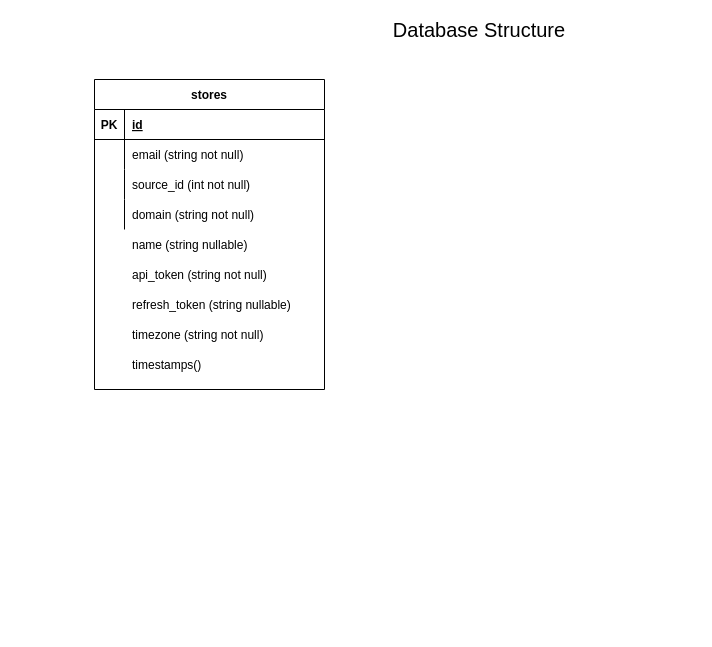
This is RechargeClassDiagram.drawio from alexrsunrise/diagrams, a draw.io file, before an edit. Source tidied: cells renumbered, new cells numbered last; positions are measured from the earlier drawing's top-left corner, leaving out a move shared by most shapes. Both pictures are drawn from the tidied source at 100%, with x=0, y=0 at pixel (94, 19).
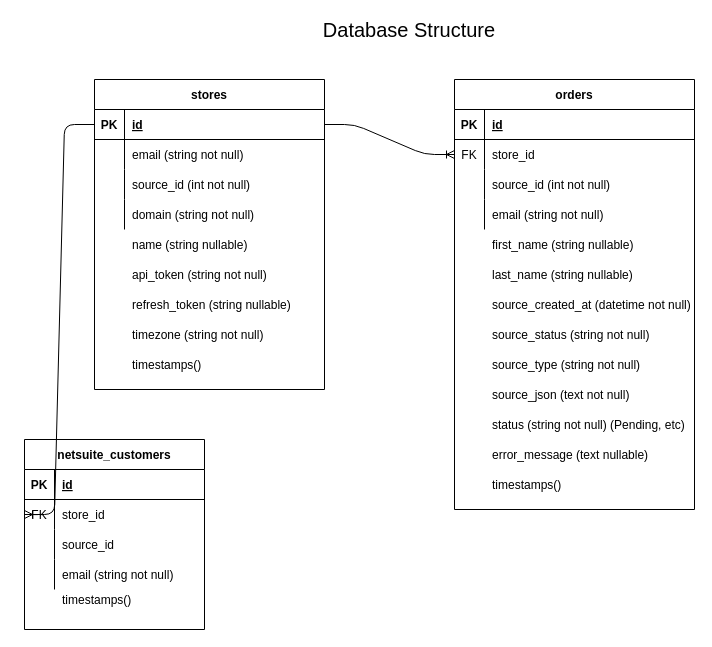
The same diagram, later.

The change refers to these unchanged cells:
```xml
<mxCell id="3" style="shape=partialRectangle;fillColor=none;top=0;left=0;bottom=1;right=0;points=[[0,0.5],[1,0.5]];portConstraint=eastwest;" parent="2" vertex="1">
  <mxGeometry y="30" width="230" height="30" as="geometry" />
</mxCell>
```

What changed in the source:
```diff
@@
     <mxCell id="15" value="&lt;font style=&quot;font-size: 20px&quot;&gt;Database Structure&lt;/font&gt;" style="text;html=1;strokeColor=none;fillColor=none;align=center;verticalAlign=middle;whiteSpace=wrap;rounded=0;" parent="1" vertex="1">
-      <mxGeometry x="260" width="250" height="20" as="geometry" />
+      <mxGeometry x="190" width="250" height="20" as="geometry" />
     </mxCell>
@@
+    <mxCell id="21" value="orders" style="shape=table;startSize=30;childLayout=tableLayout;rowLines=0;fontStyle=1;align=center;" parent="1" vertex="1">
+      <mxGeometry x="360" y="60" width="240" height="430" as="geometry" />
+    </mxCell>
+    <mxCell id="22" style="shape=partialRectangle;fillColor=none;top=0;left=0;bottom=1;right=0;" parent="21" vertex="1">
+      <mxGeometry y="30" width="240" height="30" as="geometry" />
+    </mxCell>
+    <mxCell id="23" value="PK" style="shape=partialRectangle;fillColor=none;top=0;left=0;bottom=0;right=0;fontStyle=1;overflow=hidden;" parent="22" vertex="1">
+      <mxGeometry width="30" height="30" as="geometry" />
+    </mxCell>
+    <mxCell id="24" value="id" style="shape=partialRectangle;fillColor=none;top=0;left=0;bottom=0;right=0;align=left;spacingLeft=6;fontStyle=5;overflow=hidden;" parent="22" vertex="1">
+      <mxGeometry x="30" width="210" height="30" as="geometry" />
+    </mxCell>
+    <mxCell id="25" style="shape=partialRectangle;fillColor=none;top=0;left=0;bottom=0;right=0;points=[[0,0.5],[1,0.5]];portConstraint=eastwest;" parent="21" vertex="1">
+      <mxGeometry y="60" width="240" height="30" as="geometry" />
+    </mxCell>
+    <mxCell id="26" value="FK" style="shape=partialRectangle;fillColor=none;top=0;left=0;bottom=0;right=0;overflow=hidden;" parent="25" vertex="1">
+      <mxGeometry width="30" height="30" as="geometry" />
+    </mxCell>
+    <mxCell id="27" value="store_id" style="shape=partialRectangle;fillColor=none;top=0;left=0;bottom=0;right=0;align=left;spacingLeft=6;overflow=hidden;" parent="25" vertex="1">
+      <mxGeometry x="30" width="210" height="30" as="geometry" />
+    </mxCell>
+    <mxCell id="28" style="shape=partialRectangle;fillColor=none;top=0;left=0;bottom=0;right=0;" parent="21" vertex="1">
+      <mxGeometry y="90" width="240" height="30" as="geometry" />
+    </mxCell>
+    <mxCell id="29" style="shape=partialRectangle;fillColor=none;top=0;left=0;bottom=0;right=0;overflow=hidden;" parent="28" vertex="1">
+      <mxGeometry width="30" height="30" as="geometry" />
+    </mxCell>
+    <mxCell id="30" value="source_id (int not null)" style="shape=partialRectangle;fillColor=none;top=0;left=0;bottom=0;right=0;align=left;spacingLeft=6;overflow=hidden;" parent="28" vertex="1">
+      <mxGeometry x="30" width="210" height="30" as="geometry" />
+    </mxCell>
+    <mxCell id="31" style="shape=partialRectangle;fillColor=none;top=0;left=0;bottom=0;right=0;" parent="21" vertex="1">
+      <mxGeometry y="120" width="240" height="30" as="geometry" />
+    </mxCell>
+    <mxCell id="32" style="shape=partialRectangle;fillColor=none;top=0;left=0;bottom=0;right=0;overflow=hidden;" parent="31" vertex="1">
+      <mxGeometry width="30" height="30" as="geometry" />
+    </mxCell>
+    <mxCell id="33" value="email (string not null)" style="shape=partialRectangle;fillColor=none;top=0;left=0;bottom=0;right=0;align=left;spacingLeft=6;overflow=hidden;" parent="31" vertex="1">
+      <mxGeometry x="30" width="210" height="30" as="geometry" />
+    </mxCell>
+    <mxCell id="34" style="edgeStyle=entityRelationEdgeStyle;fontSize=12;html=1;endArrow=ERoneToMany;entryX=0;entryY=0.5;entryDx=0;entryDy=0;exitX=1;exitY=0.5;exitDx=0;exitDy=0;" parent="1" edge="1" source="3" target="25">
+      <mxGeometry relative="1" as="geometry" />
+    </mxCell>
+    <mxCell id="35" value="first_name (string nullable)" style="shape=partialRectangle;fillColor=none;top=0;left=0;bottom=0;right=0;align=left;spacingLeft=6;overflow=hidden;" parent="1" vertex="1">
+      <mxGeometry x="390" y="210" width="210" height="30" as="geometry" />
+    </mxCell>
+    <mxCell id="36" value="last_name (string nullable)" style="shape=partialRectangle;fillColor=none;top=0;left=0;bottom=0;right=0;align=left;spacingLeft=6;overflow=hidden;" parent="1" vertex="1">
+      <mxGeometry x="390" y="240" width="210" height="30" as="geometry" />
+    </mxCell>
+    <mxCell id="37" value="source_created_at (datetime not null)" style="shape=partialRectangle;fillColor=none;top=0;left=0;bottom=0;right=0;align=left;spacingLeft=6;overflow=hidden;" parent="1" vertex="1">
+      <mxGeometry x="390" y="270" width="210" height="30" as="geometry" />
+    </mxCell>
+    <mxCell id="38" value="source_type (string not null)" style="shape=partialRectangle;fillColor=none;top=0;left=0;bottom=0;right=0;align=left;spacingLeft=6;overflow=hidden;" parent="1" vertex="1">
+      <mxGeometry x="390" y="330" width="210" height="30" as="geometry" />
+    </mxCell>
+    <mxCell id="39" value="source_json (text not null)" style="shape=partialRectangle;fillColor=none;top=0;left=0;bottom=0;right=0;align=left;spacingLeft=6;overflow=hidden;" parent="1" vertex="1">
+      <mxGeometry x="390" y="360" width="210" height="30" as="geometry" />
+    </mxCell>
+    <mxCell id="40" value="status (string not null) (Pending, etc)" style="shape=partialRectangle;fillColor=none;top=0;left=0;bottom=0;right=0;align=left;spacingLeft=6;overflow=hidden;" parent="1" vertex="1">
+      <mxGeometry x="390" y="390" width="210" height="30" as="geometry" />
+    </mxCell>
+    <mxCell id="41" value="error_message (text nullable)" style="shape=partialRectangle;fillColor=none;top=0;left=0;bottom=0;right=0;align=left;spacingLeft=6;overflow=hidden;" parent="1" vertex="1">
+      <mxGeometry x="390" y="420" width="210" height="30" as="geometry" />
+    </mxCell>
+    <mxCell id="42" value="timestamps()" style="shape=partialRectangle;fillColor=none;top=0;left=0;bottom=0;right=0;align=left;spacingLeft=6;overflow=hidden;" parent="1" vertex="1">
+      <mxGeometry x="390" y="450" width="210" height="30" as="geometry" />
+    </mxCell>
+    <mxCell id="43" value="netsuite_customers" style="shape=table;startSize=30;childLayout=tableLayout;rowLines=0;fontStyle=1;align=center;" parent="1" vertex="1">
+      <mxGeometry x="-70" y="420" width="180" height="190" as="geometry" />
+    </mxCell>
+    <mxCell id="44" style="shape=partialRectangle;fillColor=none;top=0;left=0;bottom=1;right=0;" parent="43" vertex="1">
+      <mxGeometry y="30" width="180" height="30" as="geometry" />
+    </mxCell>
+    <mxCell id="45" value="PK" style="shape=partialRectangle;fillColor=none;top=0;left=0;bottom=0;right=0;fontStyle=1;overflow=hidden;" parent="44" vertex="1">
+      <mxGeometry width="30" height="30" as="geometry" />
+    </mxCell>
+    <mxCell id="46" value="id" style="shape=partialRectangle;fillColor=none;top=0;left=0;bottom=0;right=0;align=left;spacingLeft=6;fontStyle=5;overflow=hidden;" parent="44" vertex="1">
+      <mxGeometry x="30" width="150" height="30" as="geometry" />
+    </mxCell>
+    <mxCell id="47" style="shape=partialRectangle;fillColor=none;top=0;left=0;bottom=0;right=0;points=[[0,0.5],[1,0.5]];portConstraint=eastwest;" parent="43" vertex="1">
+      <mxGeometry y="60" width="180" height="30" as="geometry" />
+    </mxCell>
+    <mxCell id="48" value="FK" style="shape=partialRectangle;fillColor=none;top=0;left=0;bottom=0;right=0;overflow=hidden;" parent="47" vertex="1">
+      <mxGeometry width="30" height="30" as="geometry" />
+    </mxCell>
+    <mxCell id="49" value="store_id" style="shape=partialRectangle;fillColor=none;top=0;left=0;bottom=0;right=0;align=left;spacingLeft=6;overflow=hidden;" parent="47" vertex="1">
+      <mxGeometry x="30" width="150" height="30" as="geometry" />
+    </mxCell>
+    <mxCell id="50" style="shape=partialRectangle;fillColor=none;top=0;left=0;bottom=0;right=0;" parent="43" vertex="1">
+      <mxGeometry y="90" width="180" height="30" as="geometry" />
+    </mxCell>
+    <mxCell id="51" style="shape=partialRectangle;fillColor=none;top=0;left=0;bottom=0;right=0;overflow=hidden;" parent="50" vertex="1">
+      <mxGeometry width="30" height="30" as="geometry" />
+    </mxCell>
+    <mxCell id="52" value="source_id" style="shape=partialRectangle;fillColor=none;top=0;left=0;bottom=0;right=0;align=left;spacingLeft=6;overflow=hidden;" parent="50" vertex="1">
+      <mxGeometry x="30" width="150" height="30" as="geometry" />
+    </mxCell>
+    <mxCell id="53" style="shape=partialRectangle;fillColor=none;top=0;left=0;bottom=0;right=0;" parent="43" vertex="1">
+      <mxGeometry y="120" width="180" height="30" as="geometry" />
+    </mxCell>
+    <mxCell id="54" style="shape=partialRectangle;fillColor=none;top=0;left=0;bottom=0;right=0;overflow=hidden;" parent="53" vertex="1">
+      <mxGeometry width="30" height="30" as="geometry" />
+    </mxCell>
+    <mxCell id="55" value="email (string not null)" style="shape=partialRectangle;fillColor=none;top=0;left=0;bottom=0;right=0;align=left;spacingLeft=6;overflow=hidden;" parent="53" vertex="1">
+      <mxGeometry x="30" width="150" height="30" as="geometry" />
+    </mxCell>
+    <mxCell id="56" style="edgeStyle=entityRelationEdgeStyle;fontSize=12;html=1;endArrow=ERoneToMany;exitX=0;exitY=0.5;exitDx=0;exitDy=0;entryX=0;entryY=0.5;entryDx=0;entryDy=0;" parent="1" edge="1" source="3" target="47">
+      <mxGeometry relative="1" as="geometry" />
+    </mxCell>
+    <mxCell id="57" style="shape=partialRectangle;fillColor=none;top=0;left=0;bottom=0;right=0;" parent="1" vertex="1">
+      <mxGeometry x="-70" y="565" width="180" height="30" as="geometry" />
+    </mxCell>
+    <mxCell id="58" style="shape=partialRectangle;fillColor=none;top=0;left=0;bottom=0;right=0;overflow=hidden;" parent="57" vertex="1">
+      <mxGeometry width="30" height="30" as="geometry" />
+    </mxCell>
+    <mxCell id="59" value="timestamps()" style="shape=partialRectangle;fillColor=none;top=0;left=0;bottom=0;right=0;align=left;spacingLeft=6;overflow=hidden;" parent="57" vertex="1">
+      <mxGeometry x="30" width="150" height="30" as="geometry" />
+    </mxCell>
+    <mxCell id="60" value="source_status (string not null)" style="shape=partialRectangle;fillColor=none;top=0;left=0;bottom=0;right=0;align=left;spacingLeft=6;overflow=hidden;" parent="1" vertex="1">
+      <mxGeometry x="390" y="300" width="210" height="30" as="geometry" />
+    </mxCell>
```
